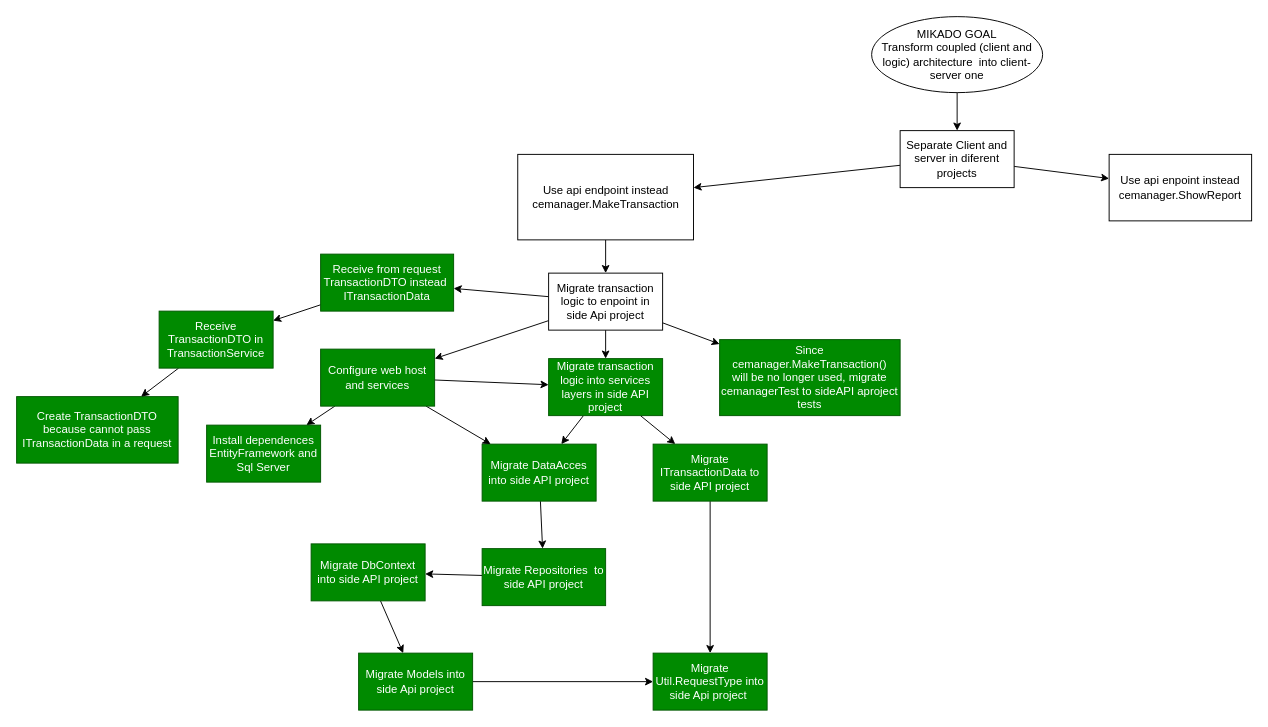
Earlier version of the draw.io diagram Docs/Diagrams/refactor_to_client-server(MikadoGraph).drawio (Camilo716/Customized-Expense-Manager). Source tidied: cells renumbered, new cells numbered last; positions are measured from the earlier drawing's top-left corner, leaving out a move shared by most shapes. Both pictures are drawn from the tidied source at 95%, with x=0, y=0 at pixel (16, 16).
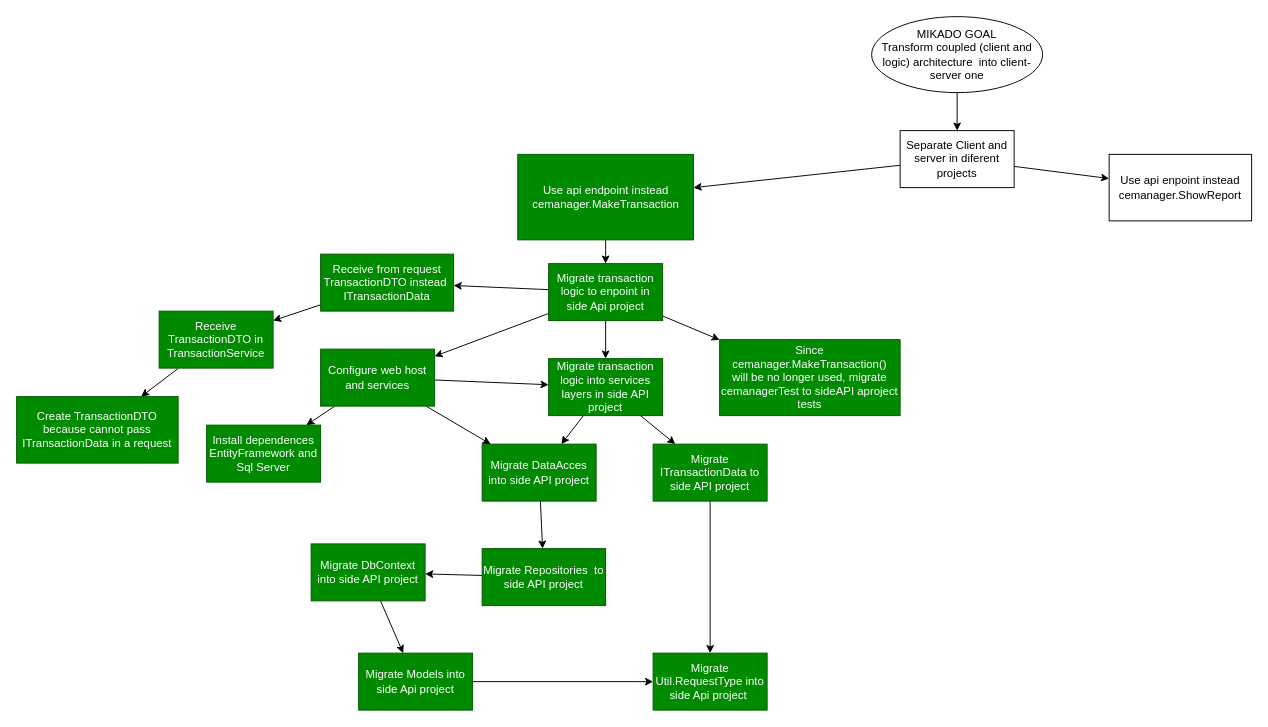
The same page after the edit.

Commit message (it also covers changes not shown here):
Use api endpoint instead cemanager.MakeTransaction

Change to the diagram source:
```diff
@@
-    <mxCell id="5" value="Use api endpoint instead cemanager.MakeTransaction" style="whiteSpace=wrap;html=1;" parent="1" vertex="1">
+    <mxCell id="5" value="Use api endpoint instead cemanager.MakeTransaction" style="whiteSpace=wrap;html=1;fillColor=#008a00;fontColor=#ffffff;strokeColor=#005700;" parent="1" vertex="1">
       <mxGeometry x="527.5" y="145" width="185" height="90" as="geometry" />
     </mxCell>
@@
-    <mxCell id="10" value="Migrate transaction logic to enpoint in side Api project" style="whiteSpace=wrap;html=1;" parent="1" vertex="1">
-      <mxGeometry x="560" y="270" width="120" height="60" as="geometry" />
+    <mxCell id="10" value="Migrate transaction logic to enpoint in side Api project" style="whiteSpace=wrap;html=1;fillColor=#008a00;fontColor=#ffffff;strokeColor=#005700;" parent="1" vertex="1">
+      <mxGeometry x="560" y="260" width="120" height="60" as="geometry" />
     </mxCell>
```
